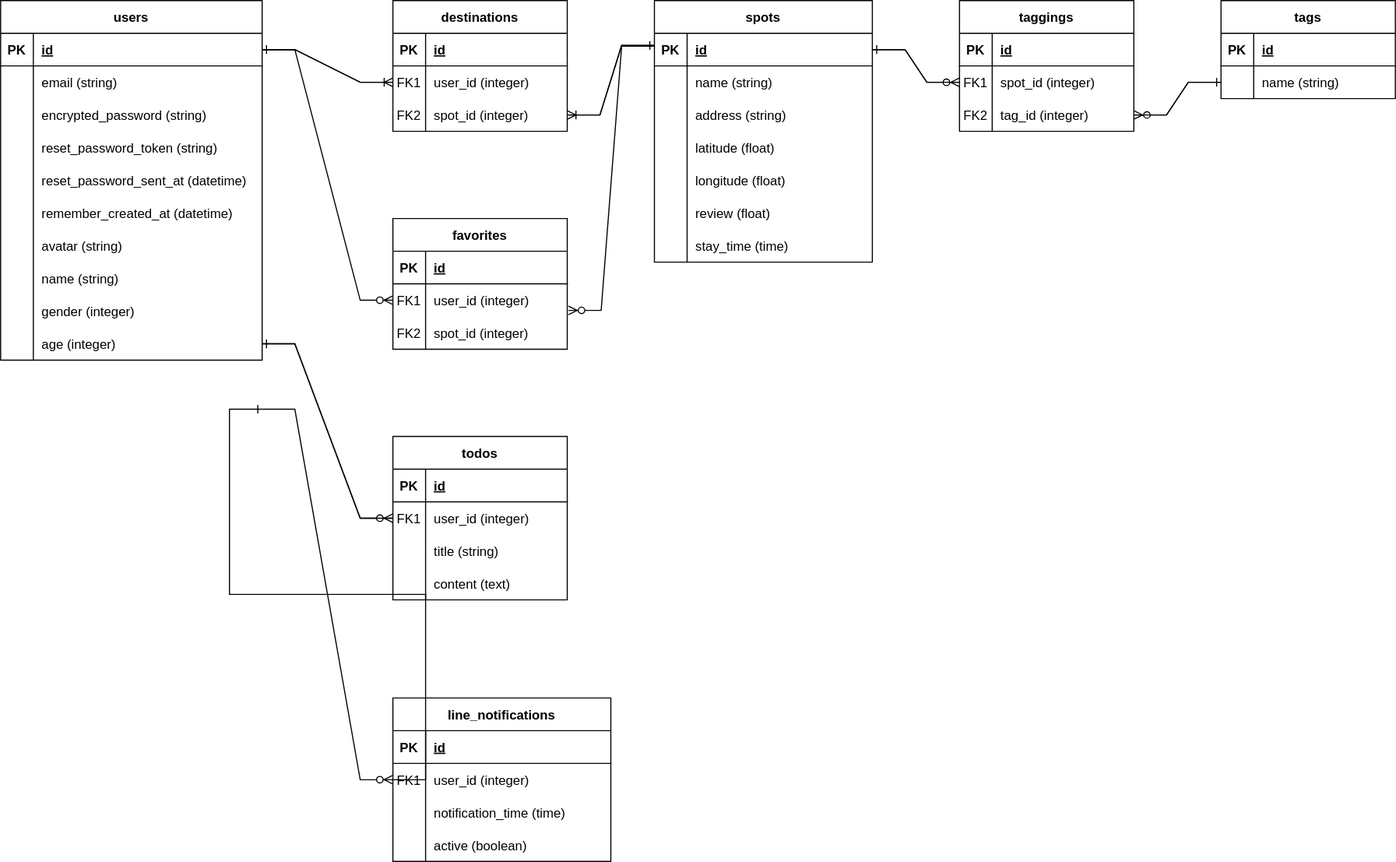
Before: ER_diagram.drawio.svg, a diagram exported from draw.io (yu70-m5d/free-time-navigator). Source tidied: cells renumbered, new cells last; positions are measured from the earlier drawing's top-left corner, leaving out a move shared by most shapes.
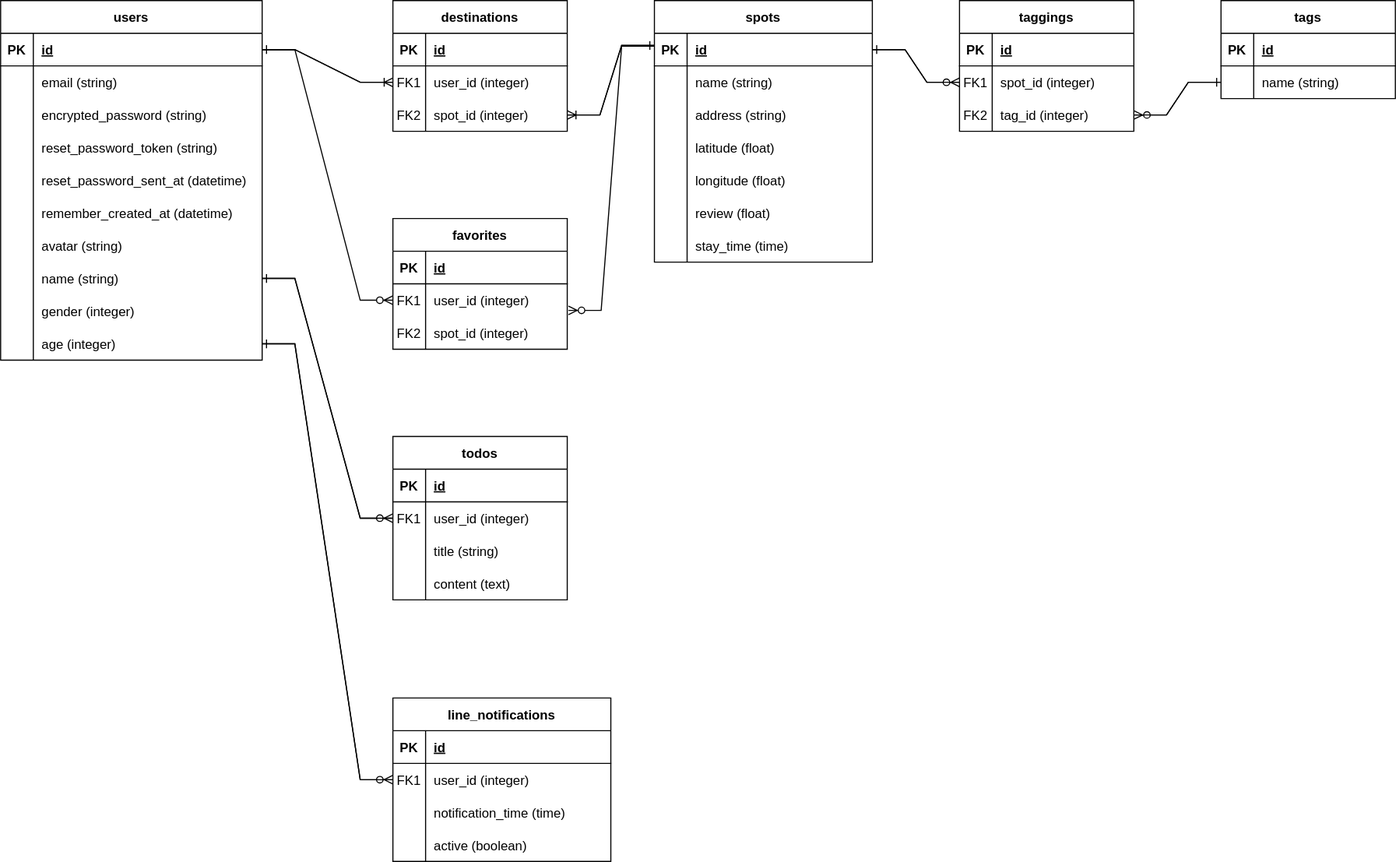
The same diagram one commit later.

What changed in the source:
```diff
@@ -304,14 +304,14 @@
     <mxCell id="100" style="edgeStyle=entityRelationEdgeStyle;fontSize=12;html=1;endArrow=ERzeroToMany;endFill=1;rounded=0;exitX=0;exitY=0.367;exitDx=0;exitDy=0;entryX=1.007;entryY=-0.189;entryDx=0;entryDy=0;entryPerimeter=0;exitPerimeter=0;" parent="1" edge="1" source="3" target="31">
       <mxGeometry relative="1" as="geometry" />
     </mxCell>
-    <mxCell id="101" style="edgeStyle=entityRelationEdgeStyle;fontSize=12;html=1;endArrow=ERzeroToMany;endFill=1;rounded=0;exitX=1;exitY=0.5;exitDx=0;exitDy=0;entryX=0;entryY=0.5;entryDx=0;entryDy=0;" parent="1" edge="1" source="62" target="76">
+    <mxCell id="101" style="edgeStyle=entityRelationEdgeStyle;fontSize=12;html=1;endArrow=ERzeroToMany;endFill=1;rounded=0;exitX=1;exitY=0.5;exitDx=0;exitDy=0;entryX=0;entryY=0.5;entryDx=0;entryDy=0;" parent="1" edge="1" source="56" target="76">
       <mxGeometry relative="1" as="geometry">
         <Array as="points">
           <mxPoint x="120" y="130" />
         </Array>
       </mxGeometry>
     </mxCell>
-    <mxCell id="102" style="edgeStyle=entityRelationEdgeStyle;fontSize=12;html=1;endArrow=ERone;endFill=1;rounded=0;entryX=1;entryY=0.5;entryDx=0;entryDy=0;exitX=0;exitY=0.5;exitDx=0;exitDy=0;" parent="1" edge="1" source="76" target="62">
+    <mxCell id="102" style="edgeStyle=entityRelationEdgeStyle;fontSize=12;html=1;endArrow=ERone;endFill=1;rounded=0;entryX=1;entryY=0.5;entryDx=0;entryDy=0;exitX=0;exitY=0.5;exitDx=0;exitDy=0;" parent="1" edge="1" source="76" target="56">
       <mxGeometry relative="1" as="geometry" />
     </mxCell>
     <mxCell id="103" value="taggings" style="shape=table;startSize=30;rowLines=0;fontStyle=1;align=center;" parent="1" vertex="1">
@@ -395,14 +395,11 @@
     <mxCell id="129" style="edgeStyle=entityRelationEdgeStyle;fontSize=12;html=1;endArrow=ERone;endFill=1;rounded=0;entryX=0;entryY=0.5;entryDx=0;entryDy=0;exitX=1;exitY=0.5;exitDx=0;exitDy=0;" parent="1" edge="1" source="110" target="69">
       <mxGeometry relative="1" as="geometry" />
     </mxCell>
-    <mxCell id="130" style="edgeStyle=entityRelationEdgeStyle;fontSize=12;html=1;endArrow=ERzeroToMany;endFill=1;rounded=0;entryX=0;entryY=0.5;entryDx=0;entryDy=0;exitX=1;exitY=0.5;exitDx=0;exitDy=0;" parent="1" edge="1" target="117">
-      <mxGeometry relative="1" as="geometry">
-        <mxPoint x="240" y="375" as="sourcePoint" />
-      </mxGeometry>
+    <mxCell id="130" style="edgeStyle=entityRelationEdgeStyle;fontSize=12;html=1;endArrow=ERzeroToMany;endFill=1;rounded=0;entryX=0;entryY=0.5;entryDx=0;entryDy=0;exitX=1;exitY=0.5;exitDx=0;exitDy=0;" parent="1" edge="1" source="62" target="117">
+      <mxGeometry relative="1" as="geometry" />
     </mxCell>
-    <mxCell id="131" style="edgeStyle=entityRelationEdgeStyle;fontSize=12;html=1;endArrow=ERone;endFill=1;rounded=0;entryX=1;entryY=0.5;entryDx=0;entryDy=0;exitX=0;exitY=0.5;exitDx=0;exitDy=0;" parent="1" edge="1" source="117">
+    <mxCell id="131" style="edgeStyle=entityRelationEdgeStyle;fontSize=12;html=1;endArrow=ERone;endFill=1;rounded=0;entryX=1;entryY=0.5;entryDx=0;entryDy=0;exitX=0;exitY=0.5;exitDx=0;exitDy=0;" parent="1" edge="1" source="117" target="62">
       <mxGeometry relative="1" as="geometry">
-        <mxPoint x="240" y="375" as="targetPoint" />
         <Array as="points">
           <mxPoint x="260" y="400" />
           <mxPoint x="270" y="510" />
```
